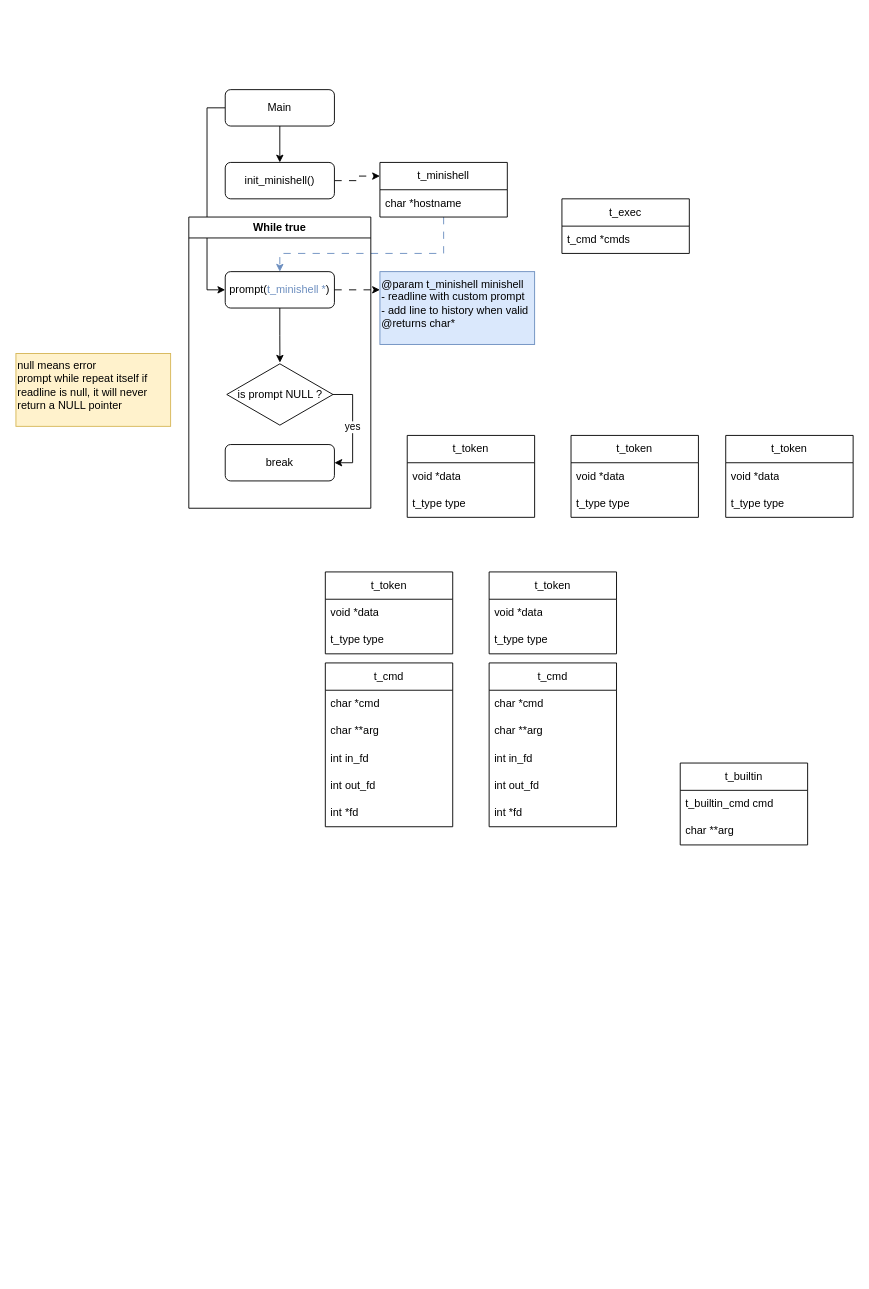
The draw.io diagram docs/flow_scheme.drawio in RPDJF/42-minishell, before the edit. Source tidied: cells renumbered, new cells numbered last; positions are measured from the earlier drawing's top-left corner, leaving out a move shared by most shapes. Both pictures are drawn from the tidied source at 91%, with x=0, y=0 at pixel (15, 89).
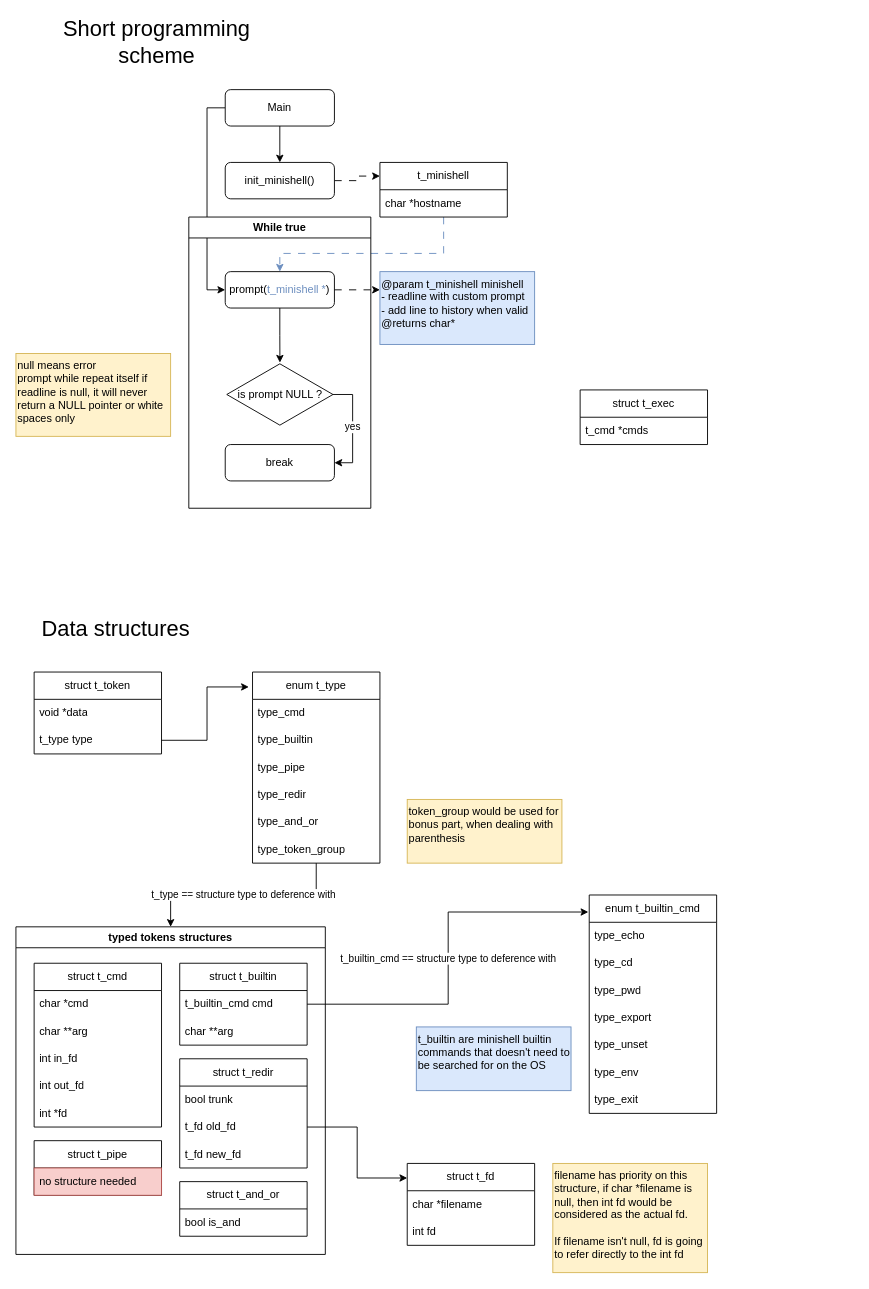
The same page after the edit.

Commit message:
Mettre à jour flow_scheme.drawio

Unchanged cells that the change refers to:
```xml
<mxCell id="28" value="t_builtin_cmd cmd" style="text;strokeColor=none;fillColor=none;align=left;verticalAlign=middle;spacingLeft=4;spacingRight=4;overflow=hidden;points=[[0,0.5],[1,0.5]];portConstraint=eastwest;whiteSpace=wrap;html=1;" parent="27" vertex="1">
  <mxGeometry y="30" width="140" height="30" as="geometry" />
</mxCell>
```

The edit, as a diff of the source:
```diff
@@
-    <mxCell id="18" value="null means error&lt;div&gt;prompt while repeat itself if readline is null, it will never return a NULL pointer&lt;/div&gt;" style="rounded=0;whiteSpace=wrap;html=1;fillColor=#fff2cc;strokeColor=#d6b656;verticalAlign=top;align=left;" parent="1" vertex="1">
-      <mxGeometry y="290" width="170" height="80" as="geometry" />
+    <mxCell id="18" value="null means error&lt;div&gt;prompt while repeat itself if readline is null, it will never return a NULL pointer or white spaces only&lt;/div&gt;" style="rounded=0;whiteSpace=wrap;html=1;fillColor=#fff2cc;strokeColor=#d6b656;verticalAlign=top;align=left;" parent="1" vertex="1">
+      <mxGeometry y="290" width="170" height="91" as="geometry" />
     </mxCell>
-    <mxCell id="19" value="t_exec" style="swimlane;fontStyle=0;horizontal=1;startSize=30;whiteSpace=wrap;html=1;" parent="1" vertex="1">
-      <mxGeometry x="600" y="120" width="140" height="60" as="geometry" />
+    <mxCell id="19" value="struct t_exec" style="swimlane;fontStyle=0;horizontal=1;startSize=30;whiteSpace=wrap;html=1;" parent="1" vertex="1">
+      <mxGeometry x="620" y="330" width="140" height="60" as="geometry" />
     </mxCell>
@@
+    <mxCell id="30" value="struct t_token" style="swimlane;fontStyle=0;horizontal=1;startSize=30;whiteSpace=wrap;html=1;" parent="1" vertex="1">
+      <mxGeometry x="20" y="640" width="140" height="90" as="geometry" />
+    </mxCell>
+    <mxCell id="31" value="void *data" style="text;strokeColor=none;fillColor=none;align=left;verticalAlign=middle;spacingLeft=4;spacingRight=4;overflow=hidden;whiteSpace=wrap;html=1;" parent="30" vertex="1">
+      <mxGeometry y="30" width="140" height="30" as="geometry" />
+    </mxCell>
+    <mxCell id="32" value="t_type type" style="text;strokeColor=none;fillColor=none;align=left;verticalAlign=middle;spacingLeft=4;spacingRight=4;overflow=hidden;points=[[0,0.5],[1,0.5]];portConstraint=eastwest;whiteSpace=wrap;html=1;" parent="30" vertex="1">
+      <mxGeometry y="60" width="140" height="30" as="geometry" />
+    </mxCell>
+    <mxCell id="51" value="t_type == structure type to deference with" style="edgeStyle=orthogonalEdgeStyle;rounded=0;jettySize=auto;html=1;entryX=0.5;entryY=0;entryDx=0;entryDy=0;" parent="1" edge="1" source="52" target="60">
+      <mxGeometry relative="1" as="geometry" />
+    </mxCell>
+    <mxCell id="52" value="enum t_type" style="swimlane;fontStyle=0;horizontal=1;startSize=30;whiteSpace=wrap;html=1;" parent="1" vertex="1">
+      <mxGeometry x="260" y="640" width="140" height="210" as="geometry" />
+    </mxCell>
+    <mxCell id="53" value="type_cmd" style="text;strokeColor=none;fillColor=none;align=left;verticalAlign=middle;spacingLeft=4;spacingRight=4;overflow=hidden;whiteSpace=wrap;html=1;" parent="52" vertex="1">
+      <mxGeometry y="30" width="140" height="30" as="geometry" />
+    </mxCell>
+    <mxCell id="54" value="type_builtin" style="text;strokeColor=none;fillColor=none;align=left;verticalAlign=middle;spacingLeft=4;spacingRight=4;overflow=hidden;whiteSpace=wrap;html=1;" parent="52" vertex="1">
+      <mxGeometry y="60" width="140" height="30" as="geometry" />
+    </mxCell>
+    <mxCell id="55" value="type_pipe" style="text;strokeColor=none;fillColor=none;align=left;verticalAlign=middle;spacingLeft=4;spacingRight=4;overflow=hidden;whiteSpace=wrap;html=1;" parent="52" vertex="1">
+      <mxGeometry y="90" width="140" height="30" as="geometry" />
+    </mxCell>
+    <mxCell id="56" value="type_redir" style="text;strokeColor=none;fillColor=none;align=left;verticalAlign=middle;spacingLeft=4;spacingRight=4;overflow=hidden;whiteSpace=wrap;html=1;" parent="52" vertex="1">
+      <mxGeometry y="120" width="140" height="30" as="geometry" />
+    </mxCell>
+    <mxCell id="57" value="type_and_or" style="text;strokeColor=none;fillColor=none;align=left;verticalAlign=middle;spacingLeft=4;spacingRight=4;overflow=hidden;whiteSpace=wrap;html=1;" parent="52" vertex="1">
+      <mxGeometry y="150" width="140" height="30" as="geometry" />
+    </mxCell>
+    <mxCell id="58" value="type_token_group" style="text;strokeColor=none;fillColor=none;align=left;verticalAlign=middle;spacingLeft=4;spacingRight=4;overflow=hidden;whiteSpace=wrap;html=1;" parent="52" vertex="1">
+      <mxGeometry y="180" width="140" height="30" as="geometry" />
+    </mxCell>
+    <mxCell id="59" style="endArrow=classic;html=1;rounded=0;entryX=-0.029;entryY=0.078;entryDx=0;entryDy=0;entryPerimeter=0;exitX=1;exitY=0.5;exitDx=0;exitDy=0;edgeStyle=orthogonalEdgeStyle;" parent="1" edge="1" source="32" target="52">
+      <mxGeometry relative="1" as="geometry" />
+    </mxCell>
+    <mxCell id="60" value="typed tokens structures" style="swimlane;whiteSpace=wrap;html=1;" parent="1" vertex="1">
+      <mxGeometry y="920" width="340" height="360" as="geometry" />
+    </mxCell>
-    <mxCell id="21" value="t_cmd" style="swimlane;fontStyle=0;horizontal=1;startSize=30;whiteSpace=wrap;html=1;" parent="1" vertex="1">
-      <mxGeometry x="340" y="630" width="140" height="180" as="geometry" />
+    <mxCell id="21" value="struct t_cmd" style="swimlane;fontStyle=0;horizontal=1;startSize=30;whiteSpace=wrap;html=1;" parent="60" vertex="1">
+      <mxGeometry x="20" y="40" width="140" height="180" as="geometry" />
     </mxCell>
@@
-    <mxCell id="27" value="t_builtin" style="swimlane;fontStyle=0;horizontal=1;startSize=30;whiteSpace=wrap;html=1;" parent="1" vertex="1">
-      <mxGeometry x="730" y="740" width="140" height="90" as="geometry" />
+    <mxCell id="27" value="struct t_builtin" style="swimlane;fontStyle=0;horizontal=1;startSize=30;whiteSpace=wrap;html=1;" parent="60" vertex="1">
+      <mxGeometry x="180" y="40" width="140" height="90" as="geometry" />
     </mxCell>
@@
-    <mxCell id="30" value="t_token" style="swimlane;fontStyle=0;horizontal=1;startSize=30;whiteSpace=wrap;html=1;" parent="1" vertex="1">
-      <mxGeometry x="430" y="380" width="140" height="90" as="geometry" />
-    </mxCell>
-    <mxCell id="31" value="void *data" style="text;strokeColor=none;fillColor=none;align=left;verticalAlign=middle;spacingLeft=4;spacingRight=4;overflow=hidden;whiteSpace=wrap;html=1;" parent="30" vertex="1">
-      <mxGeometry y="30" width="140" height="30" as="geometry" />
-    </mxCell>
-    <mxCell id="32" value="t_type type" style="text;strokeColor=none;fillColor=none;align=left;verticalAlign=middle;spacingLeft=4;spacingRight=4;overflow=hidden;points=[[0,0.5],[1,0.5]];portConstraint=eastwest;whiteSpace=wrap;html=1;" parent="30" vertex="1">
-      <mxGeometry y="60" width="140" height="30" as="geometry" />
-    </mxCell>
-    <mxCell id="33" value="t_token" style="swimlane;fontStyle=0;horizontal=1;startSize=30;whiteSpace=wrap;html=1;" parent="1" vertex="1">
-      <mxGeometry x="610" y="380" width="140" height="90" as="geometry" />
-    </mxCell>
-    <mxCell id="34" value="void *data" style="text;strokeColor=none;fillColor=none;align=left;verticalAlign=middle;spacingLeft=4;spacingRight=4;overflow=hidden;whiteSpace=wrap;html=1;" parent="33" vertex="1">
-      <mxGeometry y="30" width="140" height="30" as="geometry" />
-    </mxCell>
-    <mxCell id="35" value="t_type type" style="text;strokeColor=none;fillColor=none;align=left;verticalAlign=middle;spacingLeft=4;spacingRight=4;overflow=hidden;whiteSpace=wrap;html=1;" parent="33" vertex="1">
-      <mxGeometry y="60" width="140" height="30" as="geometry" />
-    </mxCell>
-    <mxCell id="36" value="t_token" style="swimlane;fontStyle=0;horizontal=1;startSize=30;whiteSpace=wrap;html=1;" parent="1" vertex="1">
-      <mxGeometry x="780" y="380" width="140" height="90" as="geometry" />
-    </mxCell>
-    <mxCell id="37" value="void *data" style="text;strokeColor=none;fillColor=none;align=left;verticalAlign=middle;spacingLeft=4;spacingRight=4;overflow=hidden;whiteSpace=wrap;html=1;" parent="36" vertex="1">
-      <mxGeometry y="30" width="140" height="30" as="geometry" />
-    </mxCell>
-    <mxCell id="38" value="t_type type" style="text;strokeColor=none;fillColor=none;align=left;verticalAlign=middle;spacingLeft=4;spacingRight=4;overflow=hidden;whiteSpace=wrap;html=1;" parent="36" vertex="1">
-      <mxGeometry y="60" width="140" height="30" as="geometry" />
-    </mxCell>
-    <mxCell id="39" value="t_cmd" style="swimlane;fontStyle=0;horizontal=1;startSize=30;whiteSpace=wrap;html=1;" parent="1" vertex="1">
-      <mxGeometry x="520" y="630" width="140" height="180" as="geometry" />
-    </mxCell>
-    <mxCell id="40" value="char *cmd" style="text;strokeColor=none;fillColor=none;align=left;verticalAlign=middle;spacingLeft=4;spacingRight=4;overflow=hidden;whiteSpace=wrap;html=1;" parent="39" vertex="1">
-      <mxGeometry y="30" width="140" height="30" as="geometry" />
-    </mxCell>
-    <mxCell id="41" value="char **arg" style="text;strokeColor=none;fillColor=none;align=left;verticalAlign=middle;spacingLeft=4;spacingRight=4;overflow=hidden;whiteSpace=wrap;html=1;" parent="39" vertex="1">
-      <mxGeometry y="60" width="140" height="30" as="geometry" />
-    </mxCell>
-    <mxCell id="42" value="int in_fd" style="text;strokeColor=none;fillColor=none;align=left;verticalAlign=middle;spacingLeft=4;spacingRight=4;overflow=hidden;whiteSpace=wrap;html=1;" parent="39" vertex="1">
-      <mxGeometry y="90" width="140" height="30" as="geometry" />
-    </mxCell>
-    <mxCell id="43" value="int out_fd" style="text;strokeColor=none;fillColor=none;align=left;verticalAlign=middle;spacingLeft=4;spacingRight=4;overflow=hidden;whiteSpace=wrap;html=1;" parent="39" vertex="1">
-      <mxGeometry y="120" width="140" height="30" as="geometry" />
-    </mxCell>
-    <mxCell id="44" value="int *fd" style="text;strokeColor=none;fillColor=none;align=left;verticalAlign=middle;spacingLeft=4;spacingRight=4;overflow=hidden;whiteSpace=wrap;html=1;" parent="39" vertex="1">
-      <mxGeometry y="150" width="140" height="30" as="geometry" />
-    </mxCell>
-    <mxCell id="45" value="t_token" style="swimlane;fontStyle=0;horizontal=1;startSize=30;whiteSpace=wrap;html=1;" parent="1" vertex="1">
-      <mxGeometry x="340" y="530" width="140" height="90" as="geometry" />
-    </mxCell>
-    <mxCell id="46" value="void *data" style="text;strokeColor=none;fillColor=none;align=left;verticalAlign=middle;spacingLeft=4;spacingRight=4;overflow=hidden;whiteSpace=wrap;html=1;" parent="45" vertex="1">
-      <mxGeometry y="30" width="140" height="30" as="geometry" />
-    </mxCell>
-    <mxCell id="47" value="t_type type" style="text;strokeColor=none;fillColor=none;align=left;verticalAlign=middle;spacingLeft=4;spacingRight=4;overflow=hidden;whiteSpace=wrap;html=1;" parent="45" vertex="1">
-      <mxGeometry y="60" width="140" height="30" as="geometry" />
-    </mxCell>
-    <mxCell id="48" value="t_token" style="swimlane;fontStyle=0;horizontal=1;startSize=30;whiteSpace=wrap;html=1;" parent="1" vertex="1">
-      <mxGeometry x="520" y="530" width="140" height="90" as="geometry" />
-    </mxCell>
-    <mxCell id="49" value="void *data" style="text;strokeColor=none;fillColor=none;align=left;verticalAlign=middle;spacingLeft=4;spacingRight=4;overflow=hidden;whiteSpace=wrap;html=1;" parent="48" vertex="1">
-      <mxGeometry y="30" width="140" height="30" as="geometry" />
-    </mxCell>
-    <mxCell id="50" value="t_type type" style="text;strokeColor=none;fillColor=none;align=left;verticalAlign=middle;spacingLeft=4;spacingRight=4;overflow=hidden;whiteSpace=wrap;html=1;" parent="48" vertex="1">
-      <mxGeometry y="60" width="140" height="30" as="geometry" />
-    </mxCell>
+    <mxCell id="61" value="struct t_pipe" style="swimlane;fontStyle=0;horizontal=1;startSize=30;whiteSpace=wrap;html=1;" parent="60" vertex="1">
+      <mxGeometry x="20" y="235" width="140" height="60" as="geometry" />
+    </mxCell>
+    <mxCell id="62" value="no structure needed" style="text;strokeColor=#b85450;fillColor=#f8cecc;align=left;verticalAlign=middle;spacingLeft=4;spacingRight=4;overflow=hidden;whiteSpace=wrap;html=1;" parent="61" vertex="1">
+      <mxGeometry y="30" width="140" height="30" as="geometry" />
+    </mxCell>
+    <mxCell id="63" value="struct t_redir" style="swimlane;fontStyle=0;horizontal=1;startSize=30;whiteSpace=wrap;html=1;" parent="60" vertex="1">
+      <mxGeometry x="180" y="145" width="140" height="120" as="geometry" />
+    </mxCell>
+    <mxCell id="64" value="bool trunk" style="text;strokeColor=none;fillColor=none;align=left;verticalAlign=middle;spacingLeft=4;spacingRight=4;overflow=hidden;whiteSpace=wrap;html=1;" parent="63" vertex="1">
+      <mxGeometry y="30" width="140" height="30" as="geometry" />
+    </mxCell>
+    <mxCell id="65" value="t_fd old_fd" style="text;strokeColor=none;fillColor=none;align=left;verticalAlign=middle;spacingLeft=4;spacingRight=4;overflow=hidden;points=[[0,0.5],[1,0.5]];portConstraint=eastwest;whiteSpace=wrap;html=1;" parent="63" vertex="1">
+      <mxGeometry y="60" width="140" height="30" as="geometry" />
+    </mxCell>
+    <mxCell id="66" value="t_fd new_fd" style="text;strokeColor=none;fillColor=none;align=left;verticalAlign=middle;spacingLeft=4;spacingRight=4;overflow=hidden;whiteSpace=wrap;html=1;" parent="63" vertex="1">
+      <mxGeometry y="90" width="140" height="30" as="geometry" />
+    </mxCell>
+    <mxCell id="67" value="struct t_and_or" style="swimlane;fontStyle=0;horizontal=1;startSize=30;whiteSpace=wrap;html=1;" parent="60" vertex="1">
+      <mxGeometry x="180" y="280" width="140" height="60" as="geometry" />
+    </mxCell>
+    <mxCell id="68" value="bool is_and" style="text;strokeColor=none;fillColor=none;align=left;verticalAlign=middle;spacingLeft=4;spacingRight=4;overflow=hidden;whiteSpace=wrap;html=1;" parent="67" vertex="1">
+      <mxGeometry y="30" width="140" height="30" as="geometry" />
+    </mxCell>
+    <mxCell id="69" value="enum t_builtin_cmd" style="swimlane;fontStyle=0;horizontal=1;startSize=30;whiteSpace=wrap;html=1;" parent="1" vertex="1">
+      <mxGeometry x="630" y="885" width="140" height="240" as="geometry" />
+    </mxCell>
+    <mxCell id="70" value="type_echo" style="text;strokeColor=none;fillColor=none;align=left;verticalAlign=middle;spacingLeft=4;spacingRight=4;overflow=hidden;whiteSpace=wrap;html=1;" parent="69" vertex="1">
+      <mxGeometry y="30" width="140" height="30" as="geometry" />
+    </mxCell>
+    <mxCell id="71" value="type_cd" style="text;strokeColor=none;fillColor=none;align=left;verticalAlign=middle;spacingLeft=4;spacingRight=4;overflow=hidden;whiteSpace=wrap;html=1;" parent="69" vertex="1">
+      <mxGeometry y="60" width="140" height="30" as="geometry" />
+    </mxCell>
+    <mxCell id="72" value="type_pwd" style="text;strokeColor=none;fillColor=none;align=left;verticalAlign=middle;spacingLeft=4;spacingRight=4;overflow=hidden;whiteSpace=wrap;html=1;" parent="69" vertex="1">
+      <mxGeometry y="90" width="140" height="30" as="geometry" />
+    </mxCell>
+    <mxCell id="73" value="type_export" style="text;strokeColor=none;fillColor=none;align=left;verticalAlign=middle;spacingLeft=4;spacingRight=4;overflow=hidden;whiteSpace=wrap;html=1;" parent="69" vertex="1">
+      <mxGeometry y="120" width="140" height="30" as="geometry" />
+    </mxCell>
+    <mxCell id="74" value="type_unset" style="text;strokeColor=none;fillColor=none;align=left;verticalAlign=middle;spacingLeft=4;spacingRight=4;overflow=hidden;whiteSpace=wrap;html=1;" parent="69" vertex="1">
+      <mxGeometry y="150" width="140" height="30" as="geometry" />
+    </mxCell>
+    <mxCell id="75" value="type_env" style="text;strokeColor=none;fillColor=none;align=left;verticalAlign=middle;spacingLeft=4;spacingRight=4;overflow=hidden;whiteSpace=wrap;html=1;" parent="69" vertex="1">
+      <mxGeometry y="180" width="140" height="30" as="geometry" />
+    </mxCell>
+    <mxCell id="76" value="type_exit" style="text;strokeColor=none;fillColor=none;align=left;verticalAlign=middle;spacingLeft=4;spacingRight=4;overflow=hidden;whiteSpace=wrap;html=1;" parent="69" vertex="1">
+      <mxGeometry y="210" width="140" height="30" as="geometry" />
+    </mxCell>
+    <mxCell id="77" value="t_builtin_cmd == structure type to deference with" style="edgeStyle=orthogonalEdgeStyle;rounded=0;jettySize=auto;html=1;entryX=-0.007;entryY=0.078;entryDx=0;entryDy=0;entryPerimeter=0;" parent="1" edge="1" source="28" target="69">
+      <mxGeometry relative="1" as="geometry" />
+    </mxCell>
+    <mxCell id="78" value="struct t_fd" style="swimlane;fontStyle=0;horizontal=1;startSize=30;whiteSpace=wrap;html=1;" parent="1" vertex="1">
+      <mxGeometry x="430" y="1180" width="140" height="90" as="geometry" />
+    </mxCell>
+    <mxCell id="79" value="char *filename" style="text;strokeColor=none;fillColor=none;align=left;verticalAlign=middle;spacingLeft=4;spacingRight=4;overflow=hidden;whiteSpace=wrap;html=1;" parent="78" vertex="1">
+      <mxGeometry y="30" width="140" height="30" as="geometry" />
+    </mxCell>
+    <mxCell id="80" value="int fd" style="text;strokeColor=none;fillColor=none;align=left;verticalAlign=middle;spacingLeft=4;spacingRight=4;overflow=hidden;whiteSpace=wrap;html=1;" parent="78" vertex="1">
+      <mxGeometry y="60" width="140" height="30" as="geometry" />
+    </mxCell>
+    <mxCell id="81" value="filename has priority on this structure, if char *filename is null, then int fd would be considered as the actual fd.&lt;div&gt;&lt;br&gt;&lt;/div&gt;&lt;div&gt;If filename isn't null, fd is going to refer directly to the int fd&lt;/div&gt;" style="rounded=0;whiteSpace=wrap;html=1;fillColor=#fff2cc;strokeColor=#d6b656;verticalAlign=top;align=left;" parent="1" vertex="1">
+      <mxGeometry x="590" y="1180" width="170" height="120" as="geometry" />
+    </mxCell>
+    <mxCell id="82" value="Data structures" style="text;html=1;align=center;verticalAlign=middle;whiteSpace=wrap;rounded=0;fontSize=24;" parent="1" vertex="1">
+      <mxGeometry x="20" y="565" width="180" height="55" as="geometry" />
+    </mxCell>
+    <mxCell id="83" style="edgeStyle=orthogonalEdgeStyle;rounded=0;jettySize=auto;html=1;entryX=0;entryY=0.178;entryDx=0;entryDy=0;entryPerimeter=0;" parent="1" edge="1" source="65" target="78">
+      <mxGeometry relative="1" as="geometry" />
+    </mxCell>
+    <mxCell id="84" value="token_group would be used for bonus part, when dealing with parenthesis" style="rounded=0;whiteSpace=wrap;html=1;fillColor=#fff2cc;strokeColor=#d6b656;verticalAlign=top;align=left;" parent="1" vertex="1">
+      <mxGeometry x="430" y="780" width="170" height="70" as="geometry" />
+    </mxCell>
+    <mxCell id="85" value="t_builtin are minishell builtin commands that doesn't need to be searched for on the OS" style="rounded=0;whiteSpace=wrap;html=1;fillColor=#dae8fc;strokeColor=#6c8ebf;verticalAlign=top;align=left;" parent="1" vertex="1">
+      <mxGeometry x="440" y="1030" width="170" height="70" as="geometry" />
+    </mxCell>
+    <mxCell id="86" value="Short programming scheme" style="text;html=1;align=center;verticalAlign=middle;whiteSpace=wrap;rounded=0;fontSize=24;" parent="1" vertex="1">
+      <mxGeometry x="30" y="-80" width="250" height="55" as="geometry" />
+    </mxCell>
```
